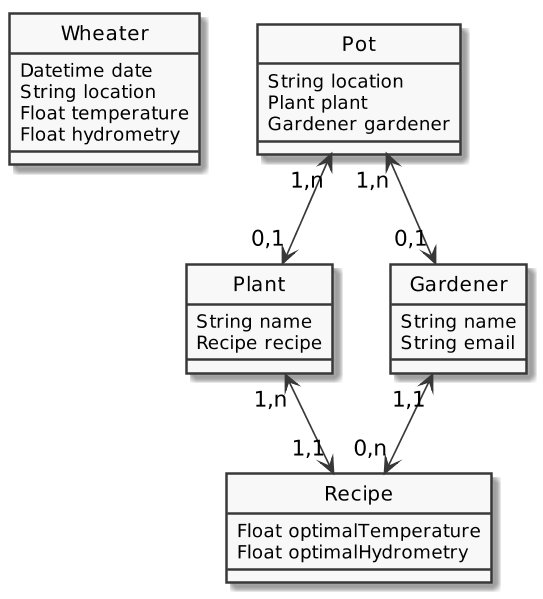
Before: plantuml.png, a diagram exported from PlantUML (arnaud-dml/SensioLabs-Symfony-DevOps).
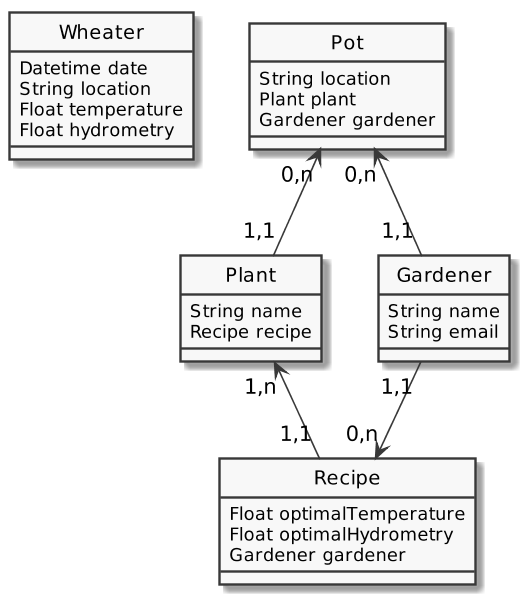
After the change.

Change to the diagram source:
```diff
@@ -19,8 +19,8 @@
     Gardener gardener
 }
 
-Pot "1,n" <--> "0,1" Plant
-Pot "1,n" <--> "0,1" Gardener
+Pot "0,n" <-- "1,1" Plant
+Pot "0,n" <-- "1,1" Gardener
 
 class Plant {
     String name
@@ -32,11 +32,12 @@
     String email
 }
 
-Plant "1,n" <--> "1,1" Recipe
-Gardener "1,1" <--> "0,n" Recipe
+Plant "1,n" <-- "1,1" Recipe
+Gardener "1,1" --> "0,n" Recipe
 
 class Recipe {
     Float optimalTemperature
     Float optimalHydrometry
+    Gardener gardener
 }
 @enduml
```
